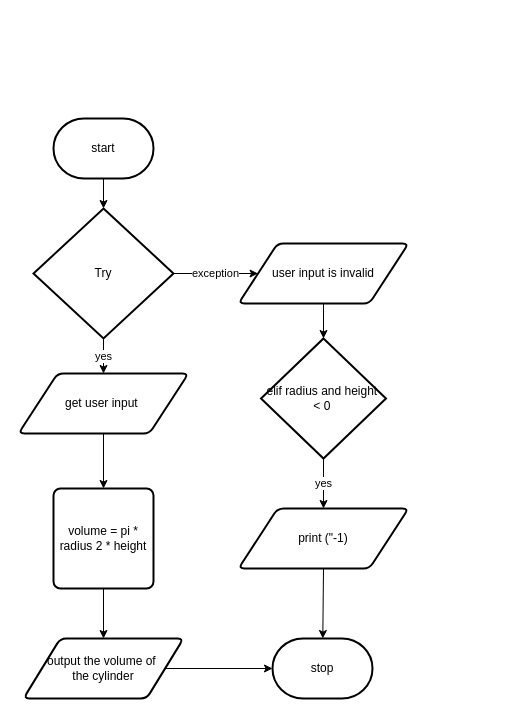
Above: designs/flowchart.drawio in joannesanthosh/ICS3U-Unit5-04-Python (draw.io), before the change. Source tidied: cells renumbered, new cells numbered last; positions are measured from the earlier drawing's top-left corner, leaving out a move shared by most shapes. Both pictures are drawn from the tidied source at 100%, with x=0, y=0 at pixel (18, 118).
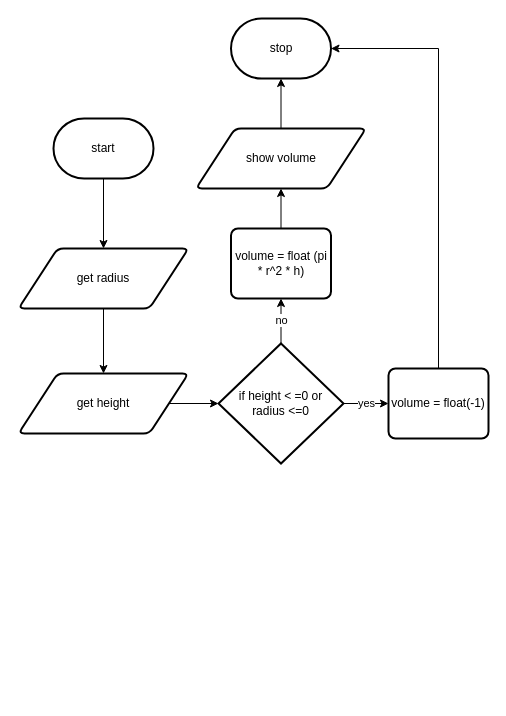
Above is the later version.

Diff of the diagram source:
```diff
@@
 <mxGraphModel>
   <root>
     <mxCell id="0" />
     <mxCell id="1" parent="0" />
-    <mxCell id="2" style="edgeStyle=none;html=1;" parent="1" edge="1" source="3" target="11">
-      <mxGeometry relative="1" as="geometry" />
-    </mxCell>
+    <mxCell id="20" style="edgeStyle=orthogonalEdgeStyle;rounded=0;html=1;exitX=0.5;exitY=1;exitDx=0;exitDy=0;exitPerimeter=0;" parent="1" edge="1" source="3" target="31">
+      <mxGeometry relative="1" as="geometry" />
+    </mxCell>
     <mxCell id="3" value="start" style="strokeWidth=2;html=1;shape=mxgraph.flowchart.terminator;whiteSpace=wrap;" parent="1" vertex="1">
       <mxGeometry x="35" width="100" height="60" as="geometry" />
     </mxCell>
     <mxCell id="4" value="stop" style="strokeWidth=2;html=1;shape=mxgraph.flowchart.terminator;whiteSpace=wrap;" parent="1" vertex="1">
-      <mxGeometry x="254" y="520" width="100" height="60" as="geometry" />
+      <mxGeometry x="212.5" y="-100" width="100" height="60" as="geometry" />
     </mxCell>
-    <mxCell id="5" style="edgeStyle=orthogonalEdgeStyle;rounded=0;html=1;exitX=0.5;exitY=1;exitDx=0;exitDy=0;entryX=0.5;entryY=0;entryDx=0;entryDy=0;" parent="1" edge="1" source="6" target="15">
-      <mxGeometry relative="1" as="geometry" />
-    </mxCell>
+    <mxCell id="21" style="edgeStyle=orthogonalEdgeStyle;rounded=0;html=1;exitX=1;exitY=0.5;exitDx=0;exitDy=0;entryX=0;entryY=0.5;entryDx=0;entryDy=0;entryPerimeter=0;" parent="1" edge="1" source="6" target="25">
+      <mxGeometry relative="1" as="geometry" />
+    </mxCell>
-    <mxCell id="6" value="get user input&amp;nbsp;" style="shape=parallelogram;html=1;strokeWidth=2;perimeter=parallelogramPerimeter;whiteSpace=wrap;rounded=1;arcSize=12;size=0.23;" parent="1" vertex="1">
+    <mxCell id="6" value="get height" style="shape=parallelogram;html=1;strokeWidth=2;perimeter=parallelogramPerimeter;whiteSpace=wrap;rounded=1;arcSize=12;size=0.23;" parent="1" vertex="1">
       <mxGeometry y="255" width="170" height="60" as="geometry" />
     </mxCell>
-    <mxCell id="7" style="edgeStyle=none;html=1;" parent="1" edge="1" source="8" target="4">
-      <mxGeometry relative="1" as="geometry" />
-    </mxCell>
-    <mxCell id="8" value="output the volume of&amp;nbsp;&lt;br&gt;the cylinder" style="shape=parallelogram;html=1;strokeWidth=2;perimeter=parallelogramPerimeter;whiteSpace=wrap;rounded=1;arcSize=12;size=0.23;" parent="1" vertex="1">
-      <mxGeometry x="5" y="520" width="160" height="60" as="geometry" />
-    </mxCell>
-    <mxCell id="9" value="yes" style="edgeStyle=none;html=1;exitX=0.5;exitY=1;exitDx=0;exitDy=0;exitPerimeter=0;entryX=0.5;entryY=0;entryDx=0;entryDy=0;" parent="1" edge="1" source="11" target="6">
-      <mxGeometry relative="1" as="geometry" />
-    </mxCell>
-    <mxCell id="10" value="exception" style="edgeStyle=none;html=1;exitX=1;exitY=0.5;exitDx=0;exitDy=0;exitPerimeter=0;entryX=0;entryY=0.5;entryDx=0;entryDy=0;" parent="1" edge="1" source="11" target="13">
-      <mxGeometry relative="1" as="geometry" />
-    </mxCell>
-    <mxCell id="11" value="Try" style="strokeWidth=2;html=1;shape=mxgraph.flowchart.decision;whiteSpace=wrap;" parent="1" vertex="1">
-      <mxGeometry x="15" y="90" width="140" height="130" as="geometry" />
-    </mxCell>
-    <mxCell id="12" style="edgeStyle=none;html=1;exitX=0.5;exitY=1;exitDx=0;exitDy=0;" parent="1" edge="1" source="13" target="19">
-      <mxGeometry relative="1" as="geometry" />
-    </mxCell>
+    <mxCell id="22" style="edgeStyle=orthogonalEdgeStyle;rounded=0;html=1;exitX=0.5;exitY=0;exitDx=0;exitDy=0;entryX=0.5;entryY=1;entryDx=0;entryDy=0;entryPerimeter=0;" parent="1" edge="1" source="13" target="4">
+      <mxGeometry relative="1" as="geometry" />
+    </mxCell>
-    <mxCell id="13" value="user input is invalid" style="shape=parallelogram;html=1;strokeWidth=2;perimeter=parallelogramPerimeter;whiteSpace=wrap;rounded=1;arcSize=12;size=0.23;" parent="1" vertex="1">
-      <mxGeometry x="220" y="125" width="170" height="60" as="geometry" />
+    <mxCell id="13" value="show volume" style="shape=parallelogram;html=1;strokeWidth=2;perimeter=parallelogramPerimeter;whiteSpace=wrap;rounded=1;arcSize=12;size=0.23;" parent="1" vertex="1">
+      <mxGeometry x="177.5" y="10" width="170" height="60" as="geometry" />
     </mxCell>
-    <mxCell id="14" style="edgeStyle=orthogonalEdgeStyle;rounded=0;html=1;exitX=0.5;exitY=1;exitDx=0;exitDy=0;" parent="1" edge="1" source="15" target="8">
-      <mxGeometry relative="1" as="geometry" />
-    </mxCell>
-    <mxCell id="15" value="&lt;span&gt;volume = pi * radius 2 * height&lt;/span&gt;" style="rounded=1;whiteSpace=wrap;html=1;absoluteArcSize=1;arcSize=14;strokeWidth=2;" parent="1" vertex="1">
-      <mxGeometry x="35" y="370" width="100" height="100" as="geometry" />
-    </mxCell>
-    <mxCell id="16" style="edgeStyle=none;html=1;exitX=0.5;exitY=1;exitDx=0;exitDy=0;" parent="1" edge="1" source="17" target="4">
-      <mxGeometry relative="1" as="geometry" />
-    </mxCell>
-    <mxCell id="17" value="print (&quot;-1)" style="shape=parallelogram;html=1;strokeWidth=2;perimeter=parallelogramPerimeter;whiteSpace=wrap;rounded=1;arcSize=12;size=0.23;" parent="1" vertex="1">
-      <mxGeometry x="220" y="390" width="170" height="60" as="geometry" />
-    </mxCell>
-    <mxCell id="18" value="yes" style="edgeStyle=none;html=1;exitX=0.5;exitY=1;exitDx=0;exitDy=0;exitPerimeter=0;" parent="1" edge="1" source="19" target="17">
-      <mxGeometry relative="1" as="geometry" />
-    </mxCell>
-    <mxCell id="19" value="elif radius and height&amp;nbsp;&lt;br&gt;&amp;lt; 0&amp;nbsp;" style="strokeWidth=2;html=1;shape=mxgraph.flowchart.decision;whiteSpace=wrap;" parent="1" vertex="1">
-      <mxGeometry x="242.5" y="220" width="125" height="120" as="geometry" />
-    </mxCell>
+    <mxCell id="23" value="yes" style="edgeStyle=orthogonalEdgeStyle;rounded=0;html=1;exitX=1;exitY=0.5;exitDx=0;exitDy=0;exitPerimeter=0;" parent="1" edge="1" source="25" target="27">
+      <mxGeometry relative="1" as="geometry" />
+    </mxCell>
+    <mxCell id="24" value="no" style="edgeStyle=orthogonalEdgeStyle;rounded=0;html=1;exitX=0.5;exitY=0;exitDx=0;exitDy=0;exitPerimeter=0;entryX=0.5;entryY=1;entryDx=0;entryDy=0;" parent="1" edge="1" source="25" target="29">
+      <mxGeometry relative="1" as="geometry" />
+    </mxCell>
+    <mxCell id="25" value="if height &amp;lt; =0 or &lt;br&gt;radius &amp;lt;=0" style="strokeWidth=2;html=1;shape=mxgraph.flowchart.decision;whiteSpace=wrap;" parent="1" vertex="1">
+      <mxGeometry x="200" y="225" width="125" height="120" as="geometry" />
+    </mxCell>
+    <mxCell id="26" style="edgeStyle=orthogonalEdgeStyle;rounded=0;html=1;exitX=0.5;exitY=0;exitDx=0;exitDy=0;entryX=1;entryY=0.5;entryDx=0;entryDy=0;entryPerimeter=0;" parent="1" edge="1" source="27" target="4">
+      <mxGeometry relative="1" as="geometry" />
+    </mxCell>
+    <mxCell id="27" value="volume = float(-1)" style="rounded=1;whiteSpace=wrap;html=1;absoluteArcSize=1;arcSize=14;strokeWidth=2;" parent="1" vertex="1">
+      <mxGeometry x="370" y="250" width="100" height="70" as="geometry" />
+    </mxCell>
+    <mxCell id="28" style="edgeStyle=orthogonalEdgeStyle;rounded=0;html=1;exitX=0.5;exitY=0;exitDx=0;exitDy=0;" parent="1" edge="1" source="29" target="13">
+      <mxGeometry relative="1" as="geometry" />
+    </mxCell>
+    <mxCell id="29" value="volume = float (pi * r^2 * h)" style="rounded=1;whiteSpace=wrap;html=1;absoluteArcSize=1;arcSize=14;strokeWidth=2;" parent="1" vertex="1">
+      <mxGeometry x="212.5" y="110" width="100" height="70" as="geometry" />
+    </mxCell>
+    <mxCell id="30" style="edgeStyle=orthogonalEdgeStyle;rounded=0;html=1;exitX=0.5;exitY=1;exitDx=0;exitDy=0;entryX=0.5;entryY=0;entryDx=0;entryDy=0;" parent="1" edge="1" source="31" target="6">
+      <mxGeometry relative="1" as="geometry" />
+    </mxCell>
+    <mxCell id="31" value="get radius" style="shape=parallelogram;html=1;strokeWidth=2;perimeter=parallelogramPerimeter;whiteSpace=wrap;rounded=1;arcSize=12;size=0.23;" parent="1" vertex="1">
+      <mxGeometry y="130" width="170" height="60" as="geometry" />
+    </mxCell>
   </root>
 </mxGraphModel>
```
